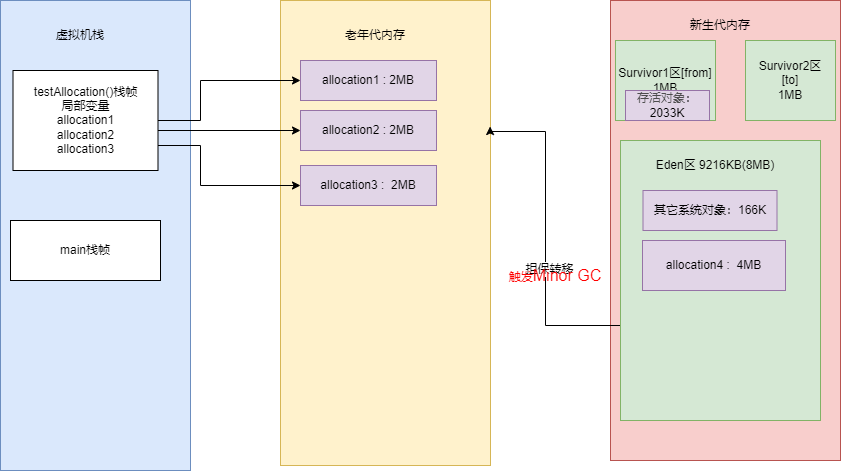
The draw.io diagram jvm/memory-allocation-part2.png in xuOnline/draw-io-diagrams, before a commit. Source tidied: cells renumbered, new cells last; positions are measured from the earlier drawing's top-left corner, leaving out a move shared by most shapes.
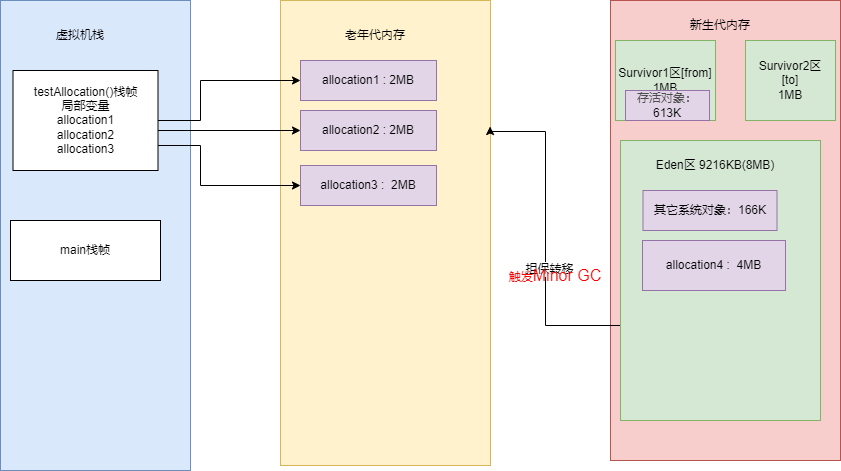
Later version of the same file.

What changed in the source:
```diff
@@ -88,7 +88,7 @@
     <mxCell id="23" value="其它系统对象：166K" style="rounded=0;whiteSpace=wrap;html=1;labelBackgroundColor=none;fillColor=#e1d5e7;strokeColor=#9673a6;" parent="1" vertex="1">
       <mxGeometry x="642.5" y="190" width="134" height="40" as="geometry" />
     </mxCell>
-    <mxCell id="24" value="&lt;font style=&quot;font-size: 12px&quot;&gt;&lt;span style=&quot;color: rgb(77 , 77 , 77)&quot;&gt;存活对象&lt;/span&gt;：2033K&lt;/font&gt;" style="rounded=0;whiteSpace=wrap;html=1;labelBackgroundColor=none;fillColor=#e1d5e7;strokeColor=#9673a6;" parent="1" vertex="1">
+    <mxCell id="24" value="&lt;font style=&quot;font-size: 12px&quot;&gt;&lt;span style=&quot;color: rgb(77 , 77 , 77)&quot;&gt;存活对象&lt;/span&gt;：613K&lt;/font&gt;" style="rounded=0;whiteSpace=wrap;html=1;labelBackgroundColor=none;fillColor=#e1d5e7;strokeColor=#9673a6;" parent="1" vertex="1">
       <mxGeometry x="625" y="90" width="84" height="30" as="geometry" />
     </mxCell>
     <mxCell id="25" value="触发&lt;span style=&quot;font-size: 16px;&quot;&gt;Minor GC&lt;/span&gt;" style="text;html=1;strokeColor=none;fillColor=none;align=center;verticalAlign=middle;whiteSpace=wrap;rounded=0;labelBackgroundColor=none;fontSize=12;fontColor=#FF0000;" parent="1" vertex="1">
```
